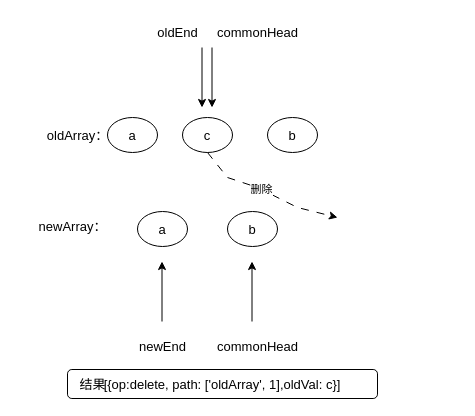
yuxinyu12345/diagrams keeps this draw.io diagram as 第五章/只有oldArray 有剩余数据.drawio. Above is the earlier version. Source tidied: cells renumbered, new cells numbered last; positions are measured from the earlier drawing's top-left corner, leaving out a move shared by most shapes. Both pictures are drawn from the tidied source at 100%, with x=0, y=0 at pixel (27, 17).
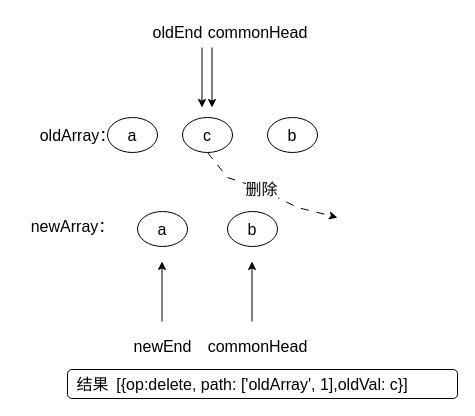
After the change.

Commit message:
更新只有oldArray 有剩余数据.drawio

Change to the diagram source:
```diff
@@
-    <mxCell id="2" value="a" style="ellipse;whiteSpace=wrap;html=1;fontSize=13;" parent="1" vertex="1">
+    <mxCell id="2" value="a" style="ellipse;whiteSpace=wrap;html=1;fontSize=16;" parent="1" vertex="1">
       <mxGeometry x="110" y="194" width="50" height="35" as="geometry" />
     </mxCell>
-    <mxCell id="3" value="b" style="ellipse;whiteSpace=wrap;html=1;fontSize=13;" parent="1" vertex="1">
+    <mxCell id="3" value="b" style="ellipse;whiteSpace=wrap;html=1;fontSize=16;" parent="1" vertex="1">
       <mxGeometry x="200" y="194" width="50" height="35" as="geometry" />
     </mxCell>
-    <mxCell id="4" value="a" style="ellipse;whiteSpace=wrap;html=1;fontSize=13;" parent="1" vertex="1">
+    <mxCell id="4" value="a" style="ellipse;whiteSpace=wrap;html=1;fontSize=16;" parent="1" vertex="1">
       <mxGeometry x="80" y="100" width="50" height="35" as="geometry" />
     </mxCell>
-    <mxCell id="5" value="b" style="ellipse;whiteSpace=wrap;html=1;fontSize=13;" parent="1" vertex="1">
+    <mxCell id="5" value="b" style="ellipse;whiteSpace=wrap;html=1;fontSize=16;" parent="1" vertex="1">
       <mxGeometry x="240" y="100" width="50" height="35" as="geometry" />
     </mxCell>
-    <mxCell id="6" value="c" style="ellipse;whiteSpace=wrap;html=1;fontSize=13;" parent="1" vertex="1">
+    <mxCell id="6" value="c" style="ellipse;whiteSpace=wrap;html=1;fontSize=16;" parent="1" vertex="1">
       <mxGeometry x="155" y="100" width="50" height="35" as="geometry" />
     </mxCell>
-    <mxCell id="7" style="endArrow=classic;html=1;rounded=0;entryX=0.5;entryY=0;entryDx=0;entryDy=0;fontSize=13;" parent="1" edge="1">
+    <mxCell id="7" style="endArrow=classic;html=1;rounded=0;entryX=0.5;entryY=0;entryDx=0;entryDy=0;fontSize=16;" parent="1" edge="1">
       <mxGeometry relative="1" as="geometry">
         <mxPoint x="184.5" y="30" as="sourcePoint" />
         <mxPoint x="184.5" y="90" as="targetPoint" />
       </mxGeometry>
     </mxCell>
-    <mxCell id="8" style="endArrow=classic;html=1;rounded=0;entryX=0.5;entryY=0;entryDx=0;entryDy=0;fontSize=13;" parent="1" edge="1">
+    <mxCell id="8" style="endArrow=classic;html=1;rounded=0;entryX=0.5;entryY=0;entryDx=0;entryDy=0;fontSize=16;" parent="1" edge="1">
       <mxGeometry relative="1" as="geometry">
         <mxPoint x="174.5" y="30" as="sourcePoint" />
         <mxPoint x="174.5" y="90" as="targetPoint" />
       </mxGeometry>
     </mxCell>
-    <mxCell id="9" style="endArrow=classic;html=1;rounded=0;fontSize=13;" parent="1" edge="1">
+    <mxCell id="9" style="endArrow=classic;html=1;rounded=0;fontSize=16;" parent="1" edge="1">
       <mxGeometry relative="1" as="geometry">
         <mxPoint x="134.5" y="304" as="sourcePoint" />
         <mxPoint x="134.5" y="244" as="targetPoint" />
       </mxGeometry>
     </mxCell>
-    <mxCell id="10" style="endArrow=classic;html=1;rounded=0;fontSize=13;" parent="1" edge="1">
+    <mxCell id="10" style="endArrow=classic;html=1;rounded=0;fontSize=16;" parent="1" edge="1">
       <mxGeometry relative="1" as="geometry">
         <mxPoint x="224.5" y="304" as="sourcePoint" />
         <mxPoint x="224.5" y="244" as="targetPoint" />
       </mxGeometry>
     </mxCell>
-    <mxCell id="11" value="oldArray：" style="text;html=1;align=center;verticalAlign=middle;strokeColor=none;fillColor=none;fontSize=13;" parent="1" vertex="1">
-      <mxGeometry x="10" y="102.5" width="80" height="30" as="geometry" />
+    <mxCell id="11" value="oldArray：" style="text;html=1;align=center;verticalAlign=middle;strokeColor=none;fillColor=none;fontSize=16;" parent="1" vertex="1">
+      <mxGeometry y="102.5" width="100" height="30" as="geometry" />
     </mxCell>
-    <mxCell id="12" value="[{op:delete, path: ['oldArray', 1],oldVal: c}]" style="rounded=1;whiteSpace=wrap;html=1;fontSize=13;" parent="1" vertex="1">
-      <mxGeometry x="40" y="352" width="310" height="29" as="geometry" />
+    <mxCell id="12" value="[{op:delete, path: ['oldArray', 1],oldVal: c}]" style="rounded=1;whiteSpace=wrap;html=1;fontSize=16;" parent="1" vertex="1">
+      <mxGeometry x="40" y="352" width="390" height="29" as="geometry" />
     </mxCell>
-    <mxCell id="13" value="结果" style="text;html=1;align=center;verticalAlign=middle;strokeColor=none;fillColor=none;fontSize=13;" parent="1" vertex="1">
-      <mxGeometry x="40" y="352" width="50" height="30" as="geometry" />
+    <mxCell id="13" value="结果" style="text;html=1;align=center;verticalAlign=middle;strokeColor=none;fillColor=none;fontSize=16;" parent="1" vertex="1">
+      <mxGeometry x="35" y="352" width="60" height="30" as="geometry" />
     </mxCell>
-    <mxCell id="14" value="newArray：" style="text;html=1;align=center;verticalAlign=middle;strokeColor=none;fillColor=none;fontSize=13;" parent="1" vertex="1">
-      <mxGeometry y="194" width="90" height="30" as="geometry" />
+    <mxCell id="14" value="newArray：" style="text;html=1;align=center;verticalAlign=middle;strokeColor=none;fillColor=none;fontSize=16;" parent="1" vertex="1">
+      <mxGeometry x="-10" y="194" width="110" height="30" as="geometry" />
     </mxCell>
-    <mxCell id="15" value="oldEnd" style="text;html=1;align=center;verticalAlign=middle;strokeColor=none;fillColor=none;fontSize=13;" parent="1" vertex="1">
-      <mxGeometry x="120" width="60" height="30" as="geometry" />
+    <mxCell id="15" value="oldEnd" style="text;html=1;align=center;verticalAlign=middle;strokeColor=none;fillColor=none;fontSize=16;" parent="1" vertex="1">
+      <mxGeometry x="115" width="70" height="30" as="geometry" />
     </mxCell>
-    <mxCell id="16" value="commonHead" style="text;html=1;align=center;verticalAlign=middle;strokeColor=none;fillColor=none;fontSize=13;" parent="1" vertex="1">
-      <mxGeometry x="180" width="100" height="30" as="geometry" />
+    <mxCell id="16" value="commonHead" style="text;html=1;align=center;verticalAlign=middle;strokeColor=none;fillColor=none;fontSize=16;" parent="1" vertex="1">
+      <mxGeometry x="170" width="120" height="30" as="geometry" />
     </mxCell>
-    <mxCell id="17" value="commonHead" style="text;html=1;align=center;verticalAlign=middle;strokeColor=none;fillColor=none;fontSize=13;" parent="1" vertex="1">
-      <mxGeometry x="180" y="314" width="100" height="30" as="geometry" />
+    <mxCell id="17" value="commonHead" style="text;html=1;align=center;verticalAlign=middle;strokeColor=none;fillColor=none;fontSize=16;" parent="1" vertex="1">
+      <mxGeometry x="170" y="314" width="120" height="30" as="geometry" />
     </mxCell>
-    <mxCell id="18" value="newEnd" style="text;html=1;align=center;verticalAlign=middle;strokeColor=none;fillColor=none;fontSize=13;" parent="1" vertex="1">
-      <mxGeometry x="100" y="314" width="70" height="30" as="geometry" />
+    <mxCell id="18" value="newEnd" style="text;html=1;align=center;verticalAlign=middle;strokeColor=none;fillColor=none;fontSize=16;" parent="1" vertex="1">
+      <mxGeometry x="95" y="314" width="80" height="30" as="geometry" />
     </mxCell>
-    <mxCell id="19" style="endArrow=classic;html=1;rounded=0;exitX=0.5;exitY=1;exitDx=0;exitDy=0;dashed=1;dashPattern=8 8;fontSize=13;" parent="1" edge="1" source="6">
+    <mxCell id="19" style="endArrow=classic;html=1;rounded=0;exitX=0.5;exitY=1;exitDx=0;exitDy=0;dashed=1;dashPattern=8 8;fontSize=16;" parent="1" edge="1" source="6">
       <mxGeometry relative="1" as="geometry">
         <mxPoint x="310" y="200" as="targetPoint" />
         <Array as="points">
           <mxPoint x="200" y="160" />
           <mxPoint x="230" y="170" />
           <mxPoint x="270" y="190" />
         </Array>
       </mxGeometry>
     </mxCell>
-    <mxCell id="20" value="删除" style="edgeLabel;html=1;align=center;verticalAlign=middle;" parent="19" vertex="1">
+    <mxCell id="20" value="删除" style="edgeLabel;html=1;align=center;verticalAlign=middle;fontSize=16;" parent="19" vertex="1">
       <mxGeometry x="-0.09" relative="1" as="geometry" />
     </mxCell>
```
